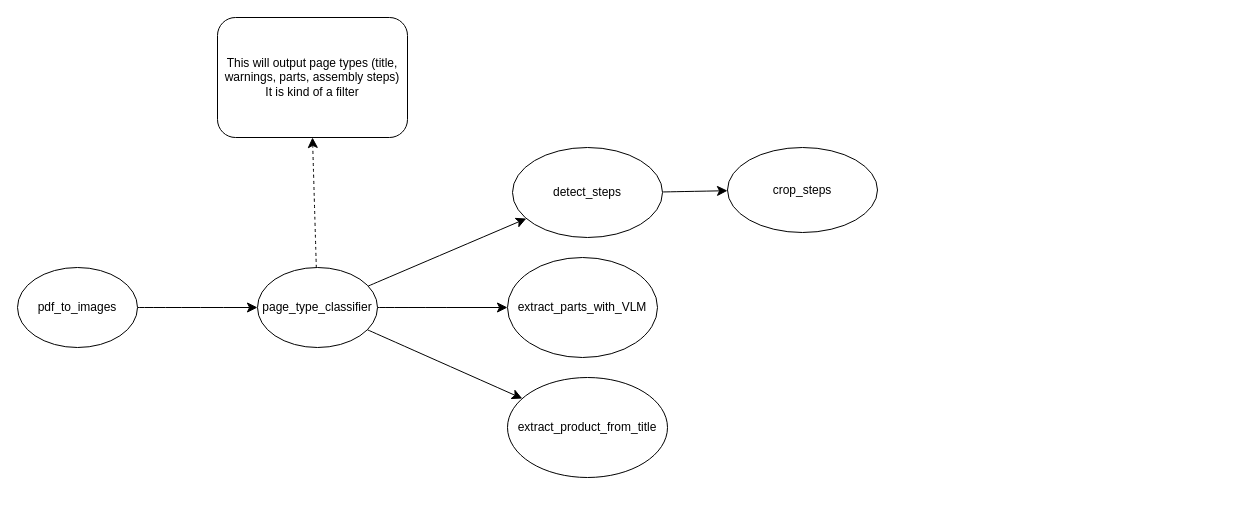
KenanKhauto/IKEA_assembly_guide_assistent keeps this draw.io diagram as graphs/langgraph.drawio. Above is the earlier version. Source tidied: cells renumbered, new cells numbered last; positions are measured from the earlier drawing's top-left corner, leaving out a move shared by most shapes. Both pictures are drawn from the tidied source at 100%, with x=0, y=0 at pixel (17, 17).
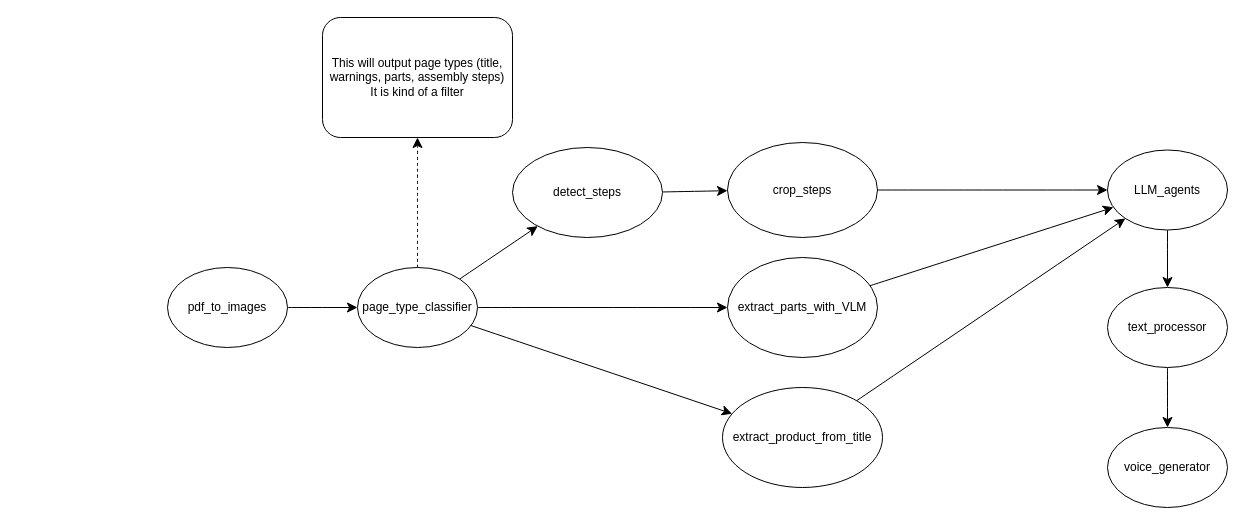
After the change.

The edit, as a diff of the source:
```diff
@@
     <mxCell id="3" value="pdf_to_images" style="ellipse;whiteSpace=wrap;html=1;" parent="1" vertex="1">
-      <mxGeometry y="250" width="120" height="80" as="geometry" />
+      <mxGeometry x="150" y="250" width="120" height="80" as="geometry" />
     </mxCell>
@@
     <mxCell id="8" value="page_type_classifier" style="ellipse;whiteSpace=wrap;html=1;" parent="1" vertex="1">
-      <mxGeometry x="240" y="250" width="120" height="80" as="geometry" />
+      <mxGeometry x="340" y="250" width="120" height="80" as="geometry" />
     </mxCell>
     <mxCell id="9" value="This will output page types (title, warnings, parts, assembly steps)&lt;div&gt;It is kind of a filter&lt;/div&gt;" style="rounded=1;whiteSpace=wrap;html=1;" parent="1" vertex="1">
-      <mxGeometry x="200" width="190" height="120" as="geometry" />
+      <mxGeometry x="305" width="190" height="120" as="geometry" />
     </mxCell>
@@
+    <mxCell id="15" style="edgeStyle=none;curved=1;rounded=0;jettySize=auto;html=1;fontSize=12;startSize=8;endSize=8;" parent="1" edge="1" source="12" target="19">
+      <mxGeometry relative="1" as="geometry" />
+    </mxCell>
     <mxCell id="12" value="extract_parts_with_VLM" style="ellipse;whiteSpace=wrap;html=1;" parent="1" vertex="1">
-      <mxGeometry x="490" y="240" width="150" height="100" as="geometry" />
+      <mxGeometry x="710" y="240" width="150" height="100" as="geometry" />
     </mxCell>
+    <mxCell id="16" style="edgeStyle=none;curved=1;rounded=0;jettySize=auto;html=1;fontSize=12;startSize=8;endSize=8;" parent="1" edge="1" source="13" target="19">
+      <mxGeometry relative="1" as="geometry" />
+    </mxCell>
     <mxCell id="13" value="extract_product_from_title" style="ellipse;whiteSpace=wrap;html=1;" parent="1" vertex="1">
-      <mxGeometry x="490" y="360" width="160" height="100" as="geometry" />
+      <mxGeometry x="705" y="370" width="160" height="100" as="geometry" />
     </mxCell>
+    <mxCell id="17" style="edgeStyle=none;curved=1;rounded=0;jettySize=auto;html=1;fontSize=12;startSize=8;endSize=8;" parent="1" edge="1" source="14" target="19">
+      <mxGeometry relative="1" as="geometry" />
+    </mxCell>
     <mxCell id="14" value="crop_steps" style="ellipse;whiteSpace=wrap;html=1;" parent="1" vertex="1">
-      <mxGeometry x="710" y="130" width="150" height="85" as="geometry" />
+      <mxGeometry x="710" y="125" width="150" height="95" as="geometry" />
     </mxCell>
+    <mxCell id="18" style="edgeStyle=none;curved=1;rounded=0;jettySize=auto;html=1;entryX=0.5;entryY=0;entryDx=0;entryDy=0;fontSize=12;startSize=8;endSize=8;" parent="1" edge="1" source="19" target="21">
+      <mxGeometry relative="1" as="geometry" />
+    </mxCell>
+    <mxCell id="19" value="LLM_agents" style="ellipse;whiteSpace=wrap;html=1;" parent="1" vertex="1">
+      <mxGeometry x="1090" y="132.5" width="120" height="80" as="geometry" />
+    </mxCell>
+    <mxCell id="20" style="edgeStyle=none;curved=1;rounded=0;jettySize=auto;html=1;fontSize=12;startSize=8;endSize=8;" parent="1" edge="1" source="21" target="22">
+      <mxGeometry relative="1" as="geometry" />
+    </mxCell>
+    <mxCell id="21" value="text_processor" style="ellipse;whiteSpace=wrap;html=1;" parent="1" vertex="1">
+      <mxGeometry x="1090" y="270" width="120" height="80" as="geometry" />
+    </mxCell>
+    <mxCell id="22" value="voice_generator" style="ellipse;whiteSpace=wrap;html=1;" parent="1" vertex="1">
+      <mxGeometry x="1090" y="410" width="120" height="80" as="geometry" />
+    </mxCell>
```
